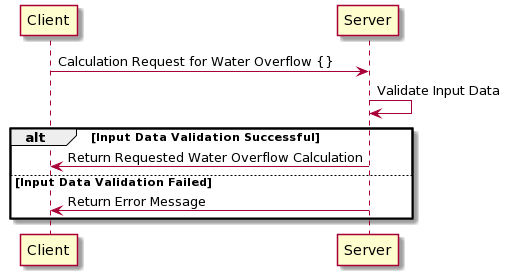
Before: water_overflow/calculator/static/images/TDD_WO.png, a diagram exported from PlantUML (jbhayback/water-overflow).
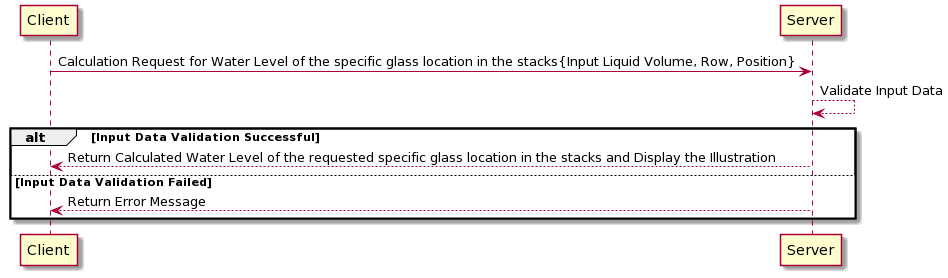
The same file after the commit.

The edit, as a diff of the source:
```diff
@@ -1,10 +1,10 @@
 @startuml
-Client -> Server: Calculation Request for Water Overflow {}
-Server -> Server: Validate Input Data
+Client -> Server: Calculation Request for Water Level of the specific glass location in the stacks{Input Liquid Volume, Row, Position}
+Server --> Server: Validate Input Data
 
 alt Input Data Validation Successful
-  Server -> Client: Return Requested Water Overflow Calculation
+  Server --> Client: Return Calculated Water Level of the requested specific glass location in the stacks and Display the Illustration
 else Input Data Validation Failed
-  Server -> Client: Return Error Message
+  Server --> Client: Return Error Message
 end
 @enduml
```
